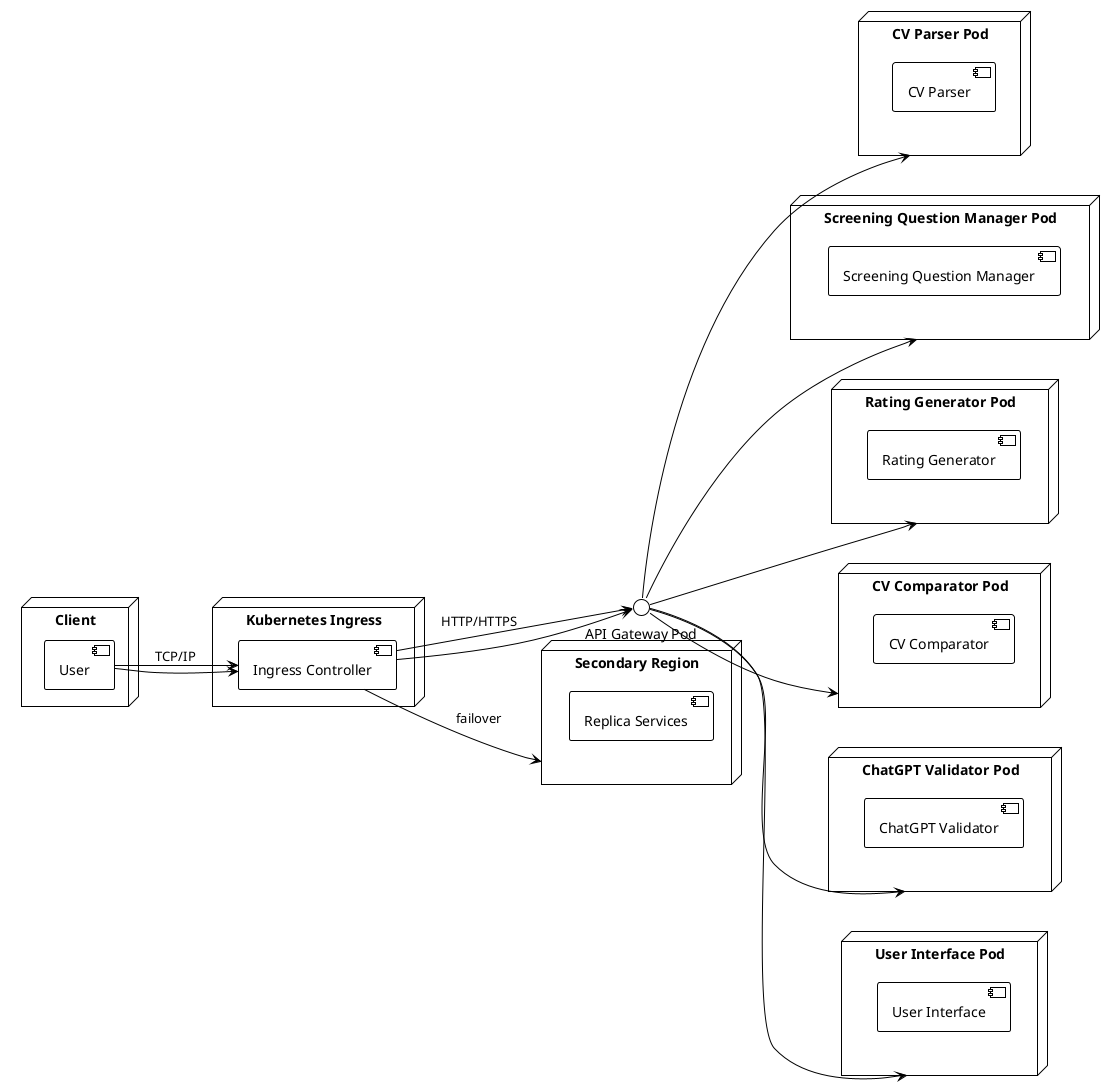
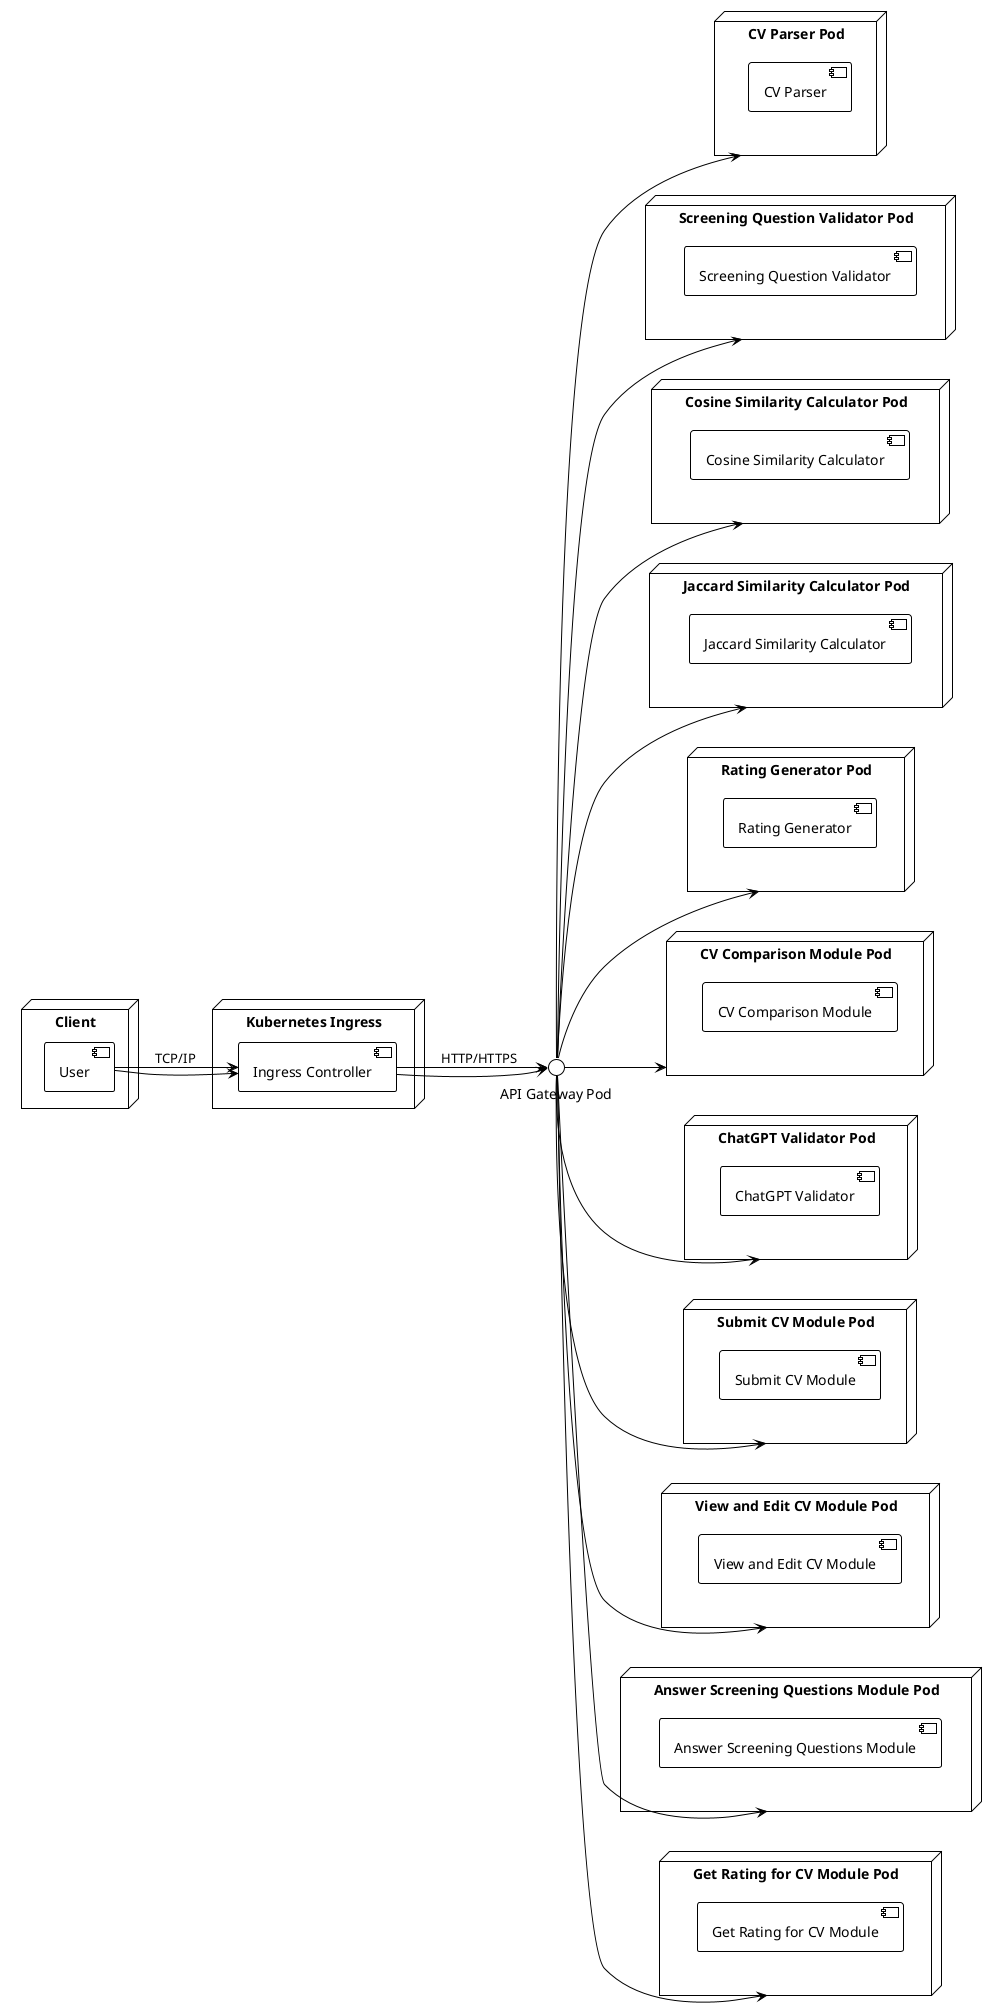
@startuml
!theme plain
left to right direction
node "Client" {
  component "User"
}
node "Kubernetes Ingress" {
  component "Ingress Controller"
}
node "CV Parser Pod" {
  component "CV Parser"
}
- node "Screening Question Manager Pod" {
-   component "Screening Question Manager"
+ node "Screening Question Validator Pod" {
+   component "Screening Question Validator"
+ }
+ node "Cosine Similarity Calculator Pod" {
+   component "Cosine Similarity Calculator"
+ }
+ node "Jaccard Similarity Calculator Pod" {
+   component "Jaccard Similarity Calculator"
}
node "Rating Generator Pod" {
  component "Rating Generator"
}
- node "CV Comparator Pod" {
-   component "CV Comparator"
+ node "CV Comparison Module Pod" {
+   component "CV Comparison Module"
}
node "ChatGPT Validator Pod" {
  component "ChatGPT Validator"
}
- node "User Interface Pod" {
-   component "User Interface"
+ node "Submit CV Module Pod" {
+   component "Submit CV Module"
+ }
+ node "View and Edit CV Module Pod" {
+   component "View and Edit CV Module"
+ }
+ node "Answer Screening Questions Module Pod" {
+   component "Answer Screening Questions Module"
+ }
+ node "Get Rating for CV Module Pod" {
+   component "Get Rating for CV Module"
}
"User" --> "Ingress Controller" : TCP/IP
"Ingress Controller" --> "API Gateway Pod" : HTTP/HTTPS
"User" --> "Ingress Controller"
"Ingress Controller" --> "API Gateway Pod"
"API Gateway Pod" --> "CV Parser Pod"
- "API Gateway Pod" --> "Screening Question Manager Pod"
+ "API Gateway Pod" --> "Screening Question Validator Pod"
+ "API Gateway Pod" --> "Cosine Similarity Calculator Pod"
+ "API Gateway Pod" --> "Jaccard Similarity Calculator Pod"
"API Gateway Pod" --> "Rating Generator Pod"
- "API Gateway Pod" --> "CV Comparator Pod"
+ "API Gateway Pod" --> "CV Comparison Module Pod"
"API Gateway Pod" --> "ChatGPT Validator Pod"
- "API Gateway Pod" --> "User Interface Pod"
- node "Secondary Region" {
-   component "Replica Services"
- }
- "Ingress Controller" --> "Secondary Region" : failover
+ "API Gateway Pod" --> "Submit CV Module Pod"
+ "API Gateway Pod" --> "View and Edit CV Module Pod"
+ "API Gateway Pod" --> "Answer Screening Questions Module Pod"
+ "API Gateway Pod" --> "Get Rating for CV Module Pod"
@enduml